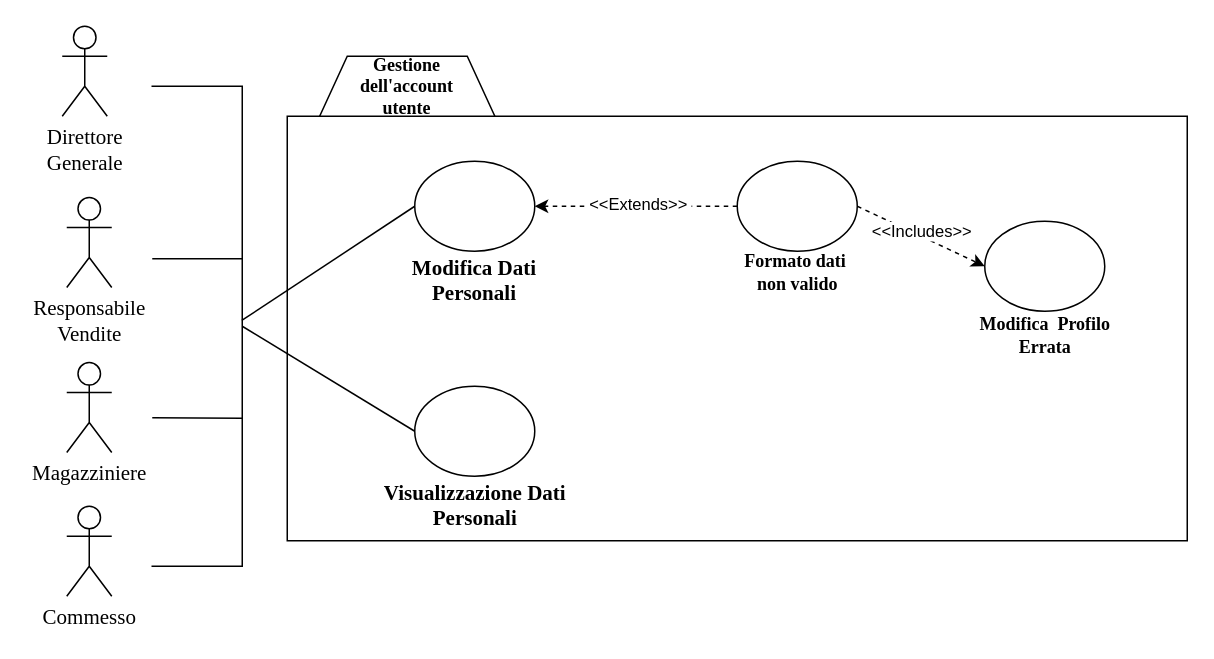
Above: Bozze/Diagrammi Casi D'Uso/GestioneAreaPersonaleALPHA.drawio in Carmineh/IT-Manager (draw.io), before the change. Source tidied: cells renumbered, new cells numbered last; positions are measured from the earlier drawing's top-left corner, leaving out a move shared by most shapes. Both pictures are drawn from the tidied source at 150%, with x=0, y=0 at pixel (-44, 26).
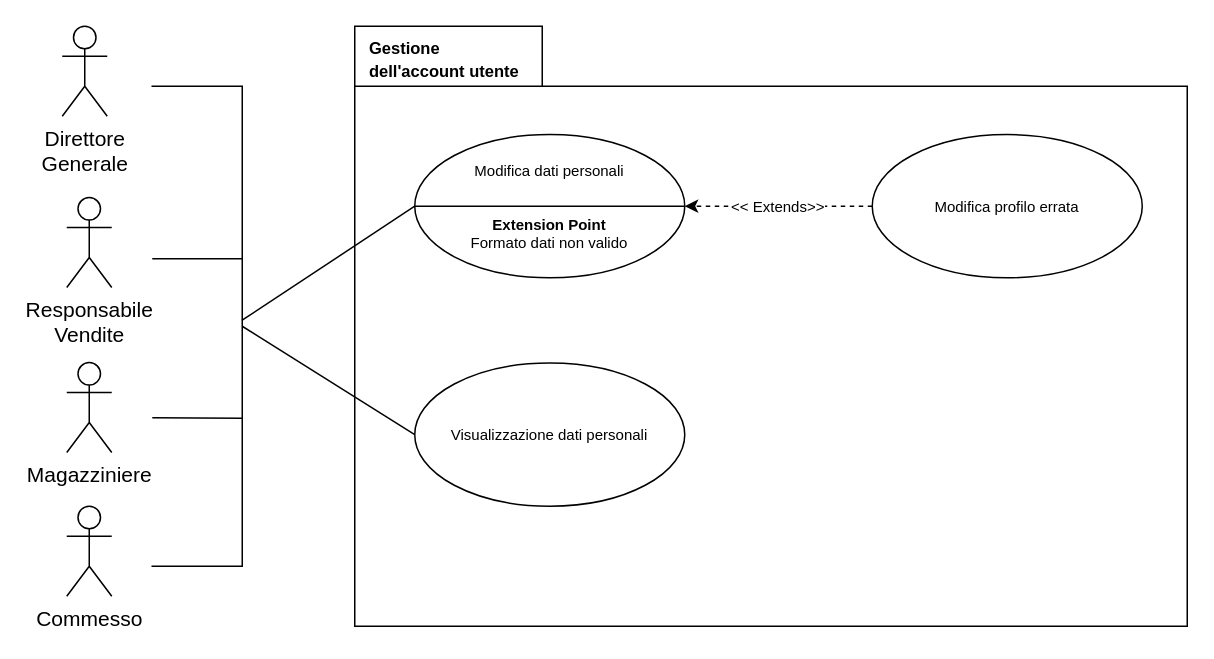
The same page after the edit.

The change refers to these unchanged cells:
```xml
<mxCell id="12" style="shape=partialRectangle;whiteSpace=wrap;html=1;bottom=1;right=1;left=1;top=0;fillColor=none;routingCenterX=-0.5;rotation=-90;" parent="1" vertex="1">
  <mxGeometry y="170" width="320" height="60" as="geometry" />
</mxCell>
```

Change to the diagram source:
```diff
@@
-    <mxCell id="2" style="shape=hexagon;perimeter=hexagonPerimeter2;whiteSpace=wrap;html=1;fixedSize=1;" parent="1" vertex="1">
-      <mxGeometry x="240" y="20" width="120" height="87" as="geometry" />
-    </mxCell>
+    <mxCell id="26" style="shape=folder;fontStyle=1;spacingTop=10;tabWidth=125;tabHeight=40;tabPosition=left;html=1;fontSize=10;" parent="1" vertex="1">
+      <mxGeometry x="265" width="555" height="400" as="geometry" />
+    </mxCell>
-    <mxCell id="3" value="&lt;div&gt;&lt;font style=&quot;font-size: 14px&quot; face=&quot;Times New Roman&quot;&gt;Direttore&lt;/font&gt;&lt;/div&gt;&lt;div&gt;&lt;font style=&quot;font-size: 14px&quot; face=&quot;Times New Roman&quot;&gt;Generale&lt;br&gt;&lt;/font&gt;&lt;/div&gt;" style="shape=umlActor;verticalLabelPosition=bottom;verticalAlign=top;html=1;" parent="1" vertex="1">
+    <mxCell id="3" value="&lt;div&gt;&lt;font style=&quot;font-size: 14px&quot;&gt;Direttore&lt;/font&gt;&lt;/div&gt;&lt;div&gt;&lt;font style=&quot;font-size: 14px&quot;&gt;Generale&lt;br&gt;&lt;/font&gt;&lt;/div&gt;" style="shape=umlActor;verticalLabelPosition=bottom;verticalAlign=top;html=1;" parent="1" vertex="1">
       <mxGeometry x="70" width="30" height="60" as="geometry" />
     </mxCell>
-    <mxCell id="4" value="&lt;div&gt;&lt;font style=&quot;font-size: 14px&quot; face=&quot;Times New Roman&quot;&gt;Responsabile&lt;/font&gt;&lt;/div&gt;&lt;div&gt;&lt;font style=&quot;font-size: 14px&quot; face=&quot;Times New Roman&quot;&gt;Vendite&lt;br&gt;&lt;/font&gt;&lt;/div&gt;" style="shape=umlActor;verticalLabelPosition=bottom;verticalAlign=top;html=1;" parent="1" vertex="1">
+    <mxCell id="4" value="&lt;div&gt;&lt;font style=&quot;font-size: 14px&quot;&gt;Responsabile&lt;/font&gt;&lt;/div&gt;&lt;div&gt;&lt;font style=&quot;font-size: 14px&quot;&gt;Vendite&lt;br&gt;&lt;/font&gt;&lt;/div&gt;" style="shape=umlActor;verticalLabelPosition=bottom;verticalAlign=top;html=1;" parent="1" vertex="1">
       <mxGeometry x="73" y="114.2" width="30" height="60" as="geometry" />
     </mxCell>
-    <mxCell id="5" value="&lt;font style=&quot;font-size: 14px&quot; face=&quot;Times New Roman&quot;&gt;Magazziniere&lt;/font&gt;" style="shape=umlActor;verticalLabelPosition=bottom;verticalAlign=top;html=1;" parent="1" vertex="1">
+    <mxCell id="5" value="&lt;font style=&quot;font-size: 14px&quot;&gt;Magazziniere&lt;/font&gt;" style="shape=umlActor;verticalLabelPosition=bottom;verticalAlign=top;html=1;" parent="1" vertex="1">
       <mxGeometry x="73" y="224.2" width="30" height="60" as="geometry" />
     </mxCell>
-    <mxCell id="6" value="&lt;font style=&quot;font-size: 14px&quot; face=&quot;Times New Roman&quot;&gt;Commesso&lt;/font&gt;" style="shape=umlActor;verticalLabelPosition=bottom;verticalAlign=top;html=1;" parent="1" vertex="1">
+    <mxCell id="6" value="&lt;font style=&quot;font-size: 14px&quot;&gt;Commesso&lt;/font&gt;" style="shape=umlActor;verticalLabelPosition=bottom;verticalAlign=top;html=1;" parent="1" vertex="1">
       <mxGeometry x="73" y="320" width="30" height="60" as="geometry" />
     </mxCell>
-    <mxCell id="7" style="rounded=0;whiteSpace=wrap;html=1;" parent="1" vertex="1">
-      <mxGeometry x="220" y="60" width="600" height="283" as="geometry" />
-    </mxCell>
-    <mxCell id="8" value="&lt;div&gt;&lt;br&gt;&lt;/div&gt;&lt;div&gt;&lt;br&gt;&lt;/div&gt;&lt;div&gt;&lt;br&gt;&lt;/div&gt;&lt;div&gt;&lt;br&gt;&lt;/div&gt;&lt;div&gt;&lt;br&gt;&lt;/div&gt;&lt;div&gt;&lt;br&gt;&lt;/div&gt;" style="ellipse;whiteSpace=wrap;html=1;" parent="1" vertex="1">
-      <mxGeometry x="305" y="90" width="80" height="60" as="geometry" />
-    </mxCell>
-    <mxCell id="9" value="&lt;div&gt;&lt;font style=&quot;font-size: 14px&quot; face=&quot;Times New Roman&quot;&gt;&lt;b&gt;Modifica Dati&lt;/b&gt;&lt;/font&gt;&lt;/div&gt;&lt;div&gt;&lt;font style=&quot;font-size: 12px&quot;&gt;&lt;font style=&quot;font-size: 14px&quot; face=&quot;Times New Roman&quot;&gt;&lt;b&gt;Personali&lt;/b&gt;&lt;/font&gt;&lt;br&gt;&lt;/font&gt;&lt;/div&gt;" style="text;html=1;strokeColor=none;fillColor=none;align=center;verticalAlign=middle;whiteSpace=wrap;rounded=0;" parent="1" vertex="1">
-      <mxGeometry x="280" y="160" width="130" height="20" as="geometry" />
-    </mxCell>
-    <mxCell id="10" value="&lt;div&gt;&lt;br&gt;&lt;/div&gt;&lt;div&gt;&lt;br&gt;&lt;/div&gt;&lt;div&gt;&lt;br&gt;&lt;/div&gt;&lt;div&gt;&lt;br&gt;&lt;/div&gt;&lt;div&gt;&lt;br&gt;&lt;/div&gt;&lt;div&gt;&lt;br&gt;&lt;/div&gt;" style="ellipse;whiteSpace=wrap;html=1;" parent="1" vertex="1">
-      <mxGeometry x="305" y="240" width="80" height="60" as="geometry" />
-    </mxCell>
-    <mxCell id="11" value="&lt;div&gt;&lt;font style=&quot;font-size: 14px&quot; face=&quot;Times New Roman&quot;&gt;&lt;b&gt;Visualizzazione Dati&lt;/b&gt;&lt;/font&gt;&lt;/div&gt;&lt;div&gt;&lt;font style=&quot;font-size: 12px&quot; face=&quot;Times New Roman&quot;&gt;&lt;font style=&quot;font-size: 14px&quot;&gt;&lt;b&gt;Personali&lt;/b&gt;&lt;/font&gt;&lt;br&gt;&lt;/font&gt;&lt;/div&gt;" style="text;html=1;strokeColor=none;fillColor=none;align=center;verticalAlign=middle;whiteSpace=wrap;rounded=0;" parent="1" vertex="1">
-      <mxGeometry x="272.5" y="310" width="145" height="20" as="geometry" />
-    </mxCell>
@@
-    <mxCell id="15" value="&lt;div align=&quot;center&quot;&gt;&lt;font face=&quot;Times New Roman&quot;&gt;&lt;b&gt;Gestione&lt;/b&gt;&lt;/font&gt;&lt;/div&gt;&lt;div align=&quot;center&quot;&gt;&lt;font face=&quot;Times New Roman&quot;&gt;&lt;b&gt;dell'account&lt;/b&gt;&lt;/font&gt;&lt;/div&gt;&lt;div align=&quot;center&quot;&gt;&lt;font face=&quot;Times New Roman&quot;&gt;&lt;b&gt;utente&lt;/b&gt;&lt;/font&gt;&lt;/div&gt;" style="text;html=1;strokeColor=none;fillColor=none;align=center;verticalAlign=middle;whiteSpace=wrap;rounded=0;" parent="1" vertex="1">
-      <mxGeometry x="280" y="30" width="40" height="20" as="geometry" />
+    <mxCell id="15" value="&lt;div&gt;&lt;font style=&quot;font-size: 11px&quot;&gt;&lt;b&gt;Gestione dell'account utente&lt;/b&gt;&lt;/font&gt;&lt;/div&gt;" style="text;html=1;strokeColor=none;fillColor=none;align=left;verticalAlign=middle;whiteSpace=wrap;rounded=0;" parent="1" vertex="1">
+      <mxGeometry x="272.5" y="7" width="107.5" height="30" as="geometry" />
     </mxCell>
-    <mxCell id="16" style="endArrow=none;html=1;entryX=0;entryY=0.5;entryDx=0;entryDy=0;exitX=0.512;exitY=0.995;exitDx=0;exitDy=0;exitPerimeter=0;" parent="1" edge="1" source="12" target="8">
+    <mxCell id="16" style="endArrow=none;html=1;entryX=0;entryY=0.5;entryDx=0;entryDy=0;exitX=0.512;exitY=0.995;exitDx=0;exitDy=0;exitPerimeter=0;" parent="1" edge="1" source="12" target="27">
       <mxGeometry relative="1" as="geometry" />
     </mxCell>
-    <mxCell id="17" style="endArrow=none;html=1;exitX=0.5;exitY=1;exitDx=0;exitDy=0;entryX=0;entryY=0.5;entryDx=0;entryDy=0;" parent="1" edge="1" source="12" target="10">
+    <mxCell id="17" style="endArrow=none;html=1;exitX=0.5;exitY=1;exitDx=0;exitDy=0;entryX=0;entryY=0.5;entryDx=0;entryDy=0;" parent="1" edge="1" source="12" target="31">
       <mxGeometry relative="1" as="geometry" />
     </mxCell>
-    <mxCell id="18" style="endArrow=classic;html=1;dashed=1;exitX=0;exitY=0.5;exitDx=0;exitDy=0;entryX=1;entryY=0.5;entryDx=0;entryDy=0;" parent="1" edge="1" source="20" target="8">
-      <mxGeometry relative="1" as="geometry" />
-    </mxCell>
-    <mxCell id="19" value="&amp;nbsp;&amp;lt;&amp;lt;Extends&amp;gt;&amp;gt;&amp;nbsp;" style="edgeLabel;html=1;align=center;verticalAlign=middle;" parent="18" vertex="1">
-      <mxGeometry x="-0.01" y="1" relative="1" as="geometry">
-        <mxPoint y="-3" as="offset" />
-      </mxGeometry>
-    </mxCell>
-    <mxCell id="20" value="&lt;div&gt;&lt;br&gt;&lt;/div&gt;&lt;div&gt;&lt;br&gt;&lt;/div&gt;&lt;div&gt;&lt;br&gt;&lt;/div&gt;&lt;div&gt;&lt;br&gt;&lt;/div&gt;&lt;div&gt;&lt;br&gt;&lt;/div&gt;&lt;div&gt;&lt;br&gt;&lt;/div&gt;" style="ellipse;whiteSpace=wrap;html=1;" parent="1" vertex="1">
-      <mxGeometry x="520" y="90" width="80" height="60" as="geometry" />
-    </mxCell>
-    <mxCell id="21" value="&lt;div&gt;&lt;br&gt;&lt;/div&gt;&lt;div&gt;&lt;br&gt;&lt;/div&gt;&lt;div&gt;&lt;br&gt;&lt;/div&gt;&lt;div&gt;&lt;br&gt;&lt;/div&gt;&lt;div&gt;&lt;br&gt;&lt;/div&gt;&lt;div&gt;&lt;br&gt;&lt;/div&gt;" style="ellipse;whiteSpace=wrap;html=1;" parent="1" vertex="1">
-      <mxGeometry x="685" y="130" width="80" height="60" as="geometry" />
-    </mxCell>
-    <mxCell id="22" style="endArrow=classic;html=1;dashed=1;entryX=0;entryY=0.5;entryDx=0;entryDy=0;exitX=1;exitY=0.5;exitDx=0;exitDy=0;" parent="1" edge="1" source="20" target="21">
-      <mxGeometry relative="1" as="geometry" />
-    </mxCell>
-    <mxCell id="23" value="&amp;nbsp;&amp;lt;&amp;lt;Includes&amp;gt;&amp;gt;&amp;nbsp;" style="edgeLabel;html=1;align=center;verticalAlign=middle;" parent="22" vertex="1">
-      <mxGeometry x="-0.01" y="1" relative="1" as="geometry">
-        <mxPoint y="-3" as="offset" />
-      </mxGeometry>
-    </mxCell>
-    <mxCell id="24" value="&lt;font face=&quot;Times New Roman&quot;&gt;&lt;b&gt;Modifica &amp;nbsp;Profilo&lt;br&gt;Errata&lt;br&gt;&lt;/b&gt;&lt;/font&gt;" style="text;html=1;strokeColor=none;fillColor=none;align=center;verticalAlign=middle;whiteSpace=wrap;rounded=0;" parent="1" vertex="1">
-      <mxGeometry x="652.5" y="195.5" width="145" height="20" as="geometry" />
-    </mxCell>
-    <mxCell id="25" value="&lt;div&gt;&lt;font face=&quot;Times New Roman&quot;&gt;&lt;b&gt;Formato dati&amp;nbsp;&lt;/b&gt;&lt;/font&gt;&lt;/div&gt;&lt;div&gt;&lt;font face=&quot;Times New Roman&quot;&gt;&lt;b&gt;non valido&lt;/b&gt;&lt;/font&gt;&lt;/div&gt;" style="text;html=1;strokeColor=none;fillColor=none;align=center;verticalAlign=middle;whiteSpace=wrap;rounded=0;" parent="1" vertex="1">
-      <mxGeometry x="487.5" y="154.2" width="145" height="20" as="geometry" />
-    </mxCell>
+    <mxCell id="27" value="Modifica dati personali&lt;br&gt;&lt;br&gt;&lt;br&gt;&lt;b&gt;Extension Point&lt;br&gt;&lt;/b&gt;Formato dati non valido" style="ellipse;whiteSpace=wrap;html=1;fontSize=10;" parent="1" vertex="1">
+      <mxGeometry x="305" y="72.2" width="180" height="95.5" as="geometry" />
+    </mxCell>
+    <mxCell id="28" style="endArrow=none;html=1;fontSize=10;exitX=0;exitY=0.5;exitDx=0;exitDy=0;entryX=1;entryY=0.5;entryDx=0;entryDy=0;" parent="1" edge="1" source="27" target="27">
+      <mxGeometry relative="1" as="geometry" />
+    </mxCell>
+    <mxCell id="29" value="Modifica profilo errata" style="ellipse;whiteSpace=wrap;html=1;fontSize=10;" parent="1" vertex="1">
+      <mxGeometry x="610" y="72.2" width="180" height="95.5" as="geometry" />
+    </mxCell>
+    <mxCell id="30" value="&amp;lt;&amp;lt; Extends&amp;gt;&amp;gt;" style="endArrow=classic;html=1;fontSize=10;entryX=1;entryY=0.5;entryDx=0;entryDy=0;exitX=0;exitY=0.5;exitDx=0;exitDy=0;dashed=1;" parent="1" edge="1" source="29" target="27">
+      <mxGeometry relative="1" as="geometry" />
+    </mxCell>
+    <mxCell id="31" value="Visualizzazione dati personali" style="ellipse;whiteSpace=wrap;html=1;fontSize=10;" parent="1" vertex="1">
+      <mxGeometry x="305" y="224.5" width="180" height="95.5" as="geometry" />
+    </mxCell>
```
